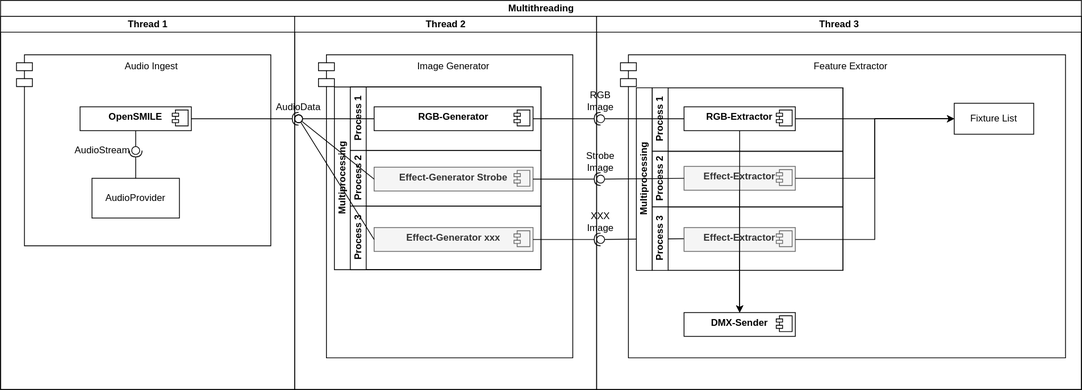
ThiloNordenOfficial/IllumiControl keeps this draw.io diagram as diagramm.svg. Above is the earlier version. Source tidied: cells renumbered, new cells last; positions are measured from the earlier drawing's top-left corner, leaving out a move shared by most shapes.
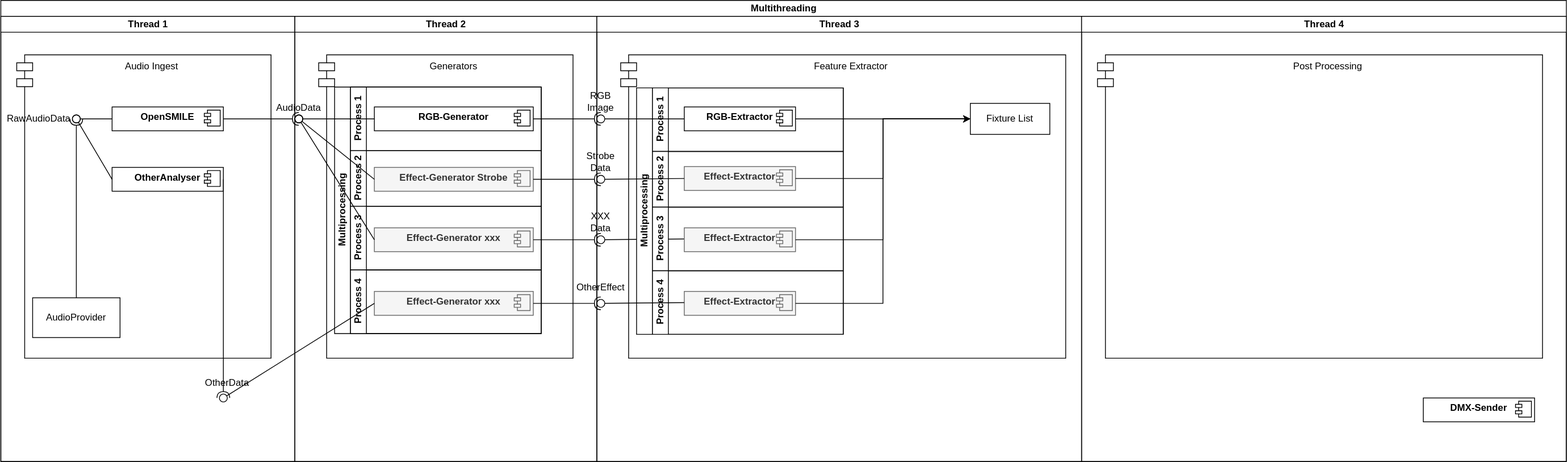
The same file after the commit.

What changed in the source:
```diff
@@ -3,16 +3,16 @@
     <mxCell id="0" />
     <mxCell id="1" parent="0" />
     <mxCell id="2" value="Audio Ingest" style="shape=module;align=left;spacingLeft=20;align=center;verticalAlign=top;whiteSpace=wrap;html=1;" parent="1" vertex="1">
-      <mxGeometry x="20" y="68.5" width="320" height="240.5" as="geometry" />
+      <mxGeometry x="20" y="68.5" width="320" height="381.5" as="geometry" />
     </mxCell>
-    <mxCell id="3" value="Image Generator" style="shape=module;align=left;spacingLeft=20;align=center;verticalAlign=top;whiteSpace=wrap;html=1;" parent="1" vertex="1">
+    <mxCell id="3" value="Generators" style="shape=module;align=left;spacingLeft=20;align=center;verticalAlign=top;whiteSpace=wrap;html=1;" parent="1" vertex="1">
       <mxGeometry x="400" y="68.5" width="320" height="381.5" as="geometry" />
     </mxCell>
     <mxCell id="4" value="Feature Extractor" style="shape=module;align=left;spacingLeft=20;align=center;verticalAlign=top;whiteSpace=wrap;html=1;" parent="1" vertex="1">
       <mxGeometry x="780" y="68.5" width="560" height="381.5" as="geometry" />
     </mxCell>
     <mxCell id="5" value="&lt;p style=&quot;margin:0px;margin-top:6px;text-align:center;&quot;&gt;&lt;b&gt;OpenSMILE&lt;/b&gt;&lt;/p&gt;&lt;p style=&quot;margin:0px;margin-left:8px;&quot;&gt;&lt;br&gt;&lt;/p&gt;" style="align=left;overflow=fill;html=1;whiteSpace=wrap;" parent="1" vertex="1">
-      <mxGeometry x="100" y="134" width="140" height="30" as="geometry" />
+      <mxGeometry x="140" y="134" width="140" height="30" as="geometry" />
     </mxCell>
     <mxCell id="6" style="shape=component;jettyWidth=8;jettyHeight=4;" parent="5" vertex="1">
       <mxGeometry x="1" width="20" height="20" relative="1" as="geometry">
@@ -22,18 +22,9 @@
     <mxCell id="7" style="ellipse;whiteSpace=wrap;html=1;align=center;fillColor=none;strokeColor=none;perimeter=centerPerimeter;" parent="1" vertex="1">
       <mxGeometry x="495" y="409" width="10" height="10" as="geometry" />
     </mxCell>
-    <mxCell id="8" value="AudioProvider" style="html=1;whiteSpace=wrap;" parent="1" vertex="1">
-      <mxGeometry x="115" y="224" width="110" height="50" as="geometry" />
-    </mxCell>
-    <mxCell id="9" style="rounded=0;jettySize=auto;html=1;endArrow=halfCircle;endFill=0;endSize=6;strokeWidth=1;sketch=0;exitX=0.5;exitY=0;exitDx=0;exitDy=0;" parent="1" edge="1" source="8" target="11">
-      <mxGeometry relative="1" as="geometry" />
-    </mxCell>
-    <mxCell id="10" style="rounded=0;jettySize=auto;html=1;endArrow=oval;endFill=0;sketch=0;sourcePerimeterSpacing=0;targetPerimeterSpacing=0;endSize=10;exitX=0.5;exitY=1;exitDx=0;exitDy=0;" parent="1" edge="1" source="5" target="11">
+    <mxCell id="10" style="rounded=0;jettySize=auto;html=1;endArrow=oval;endFill=0;sketch=0;sourcePerimeterSpacing=0;targetPerimeterSpacing=0;endSize=10;exitX=0;exitY=0.5;exitDx=0;exitDy=0;" parent="1" edge="1" source="5" target="11">
       <mxGeometry relative="1" as="geometry" />
     </mxCell>
-    <mxCell id="11" value="AudioStream" style="ellipse;whiteSpace=wrap;html=1;align=right;fillColor=none;strokeColor=none;perimeter=centerPerimeter;points=[];outlineConnect=1;labelPosition=left;verticalLabelPosition=middle;verticalAlign=middle;" parent="1" vertex="1">
-      <mxGeometry x="165" y="184" width="10" height="10" as="geometry" />
-    </mxCell>
     <mxCell id="12" style="rounded=0;jettySize=auto;html=1;endArrow=halfCircle;endFill=0;endSize=6;strokeWidth=1;sketch=0;exitX=1;exitY=0.5;exitDx=0;exitDy=0;" parent="1" edge="1" source="5" target="13">
       <mxGeometry relative="1" as="geometry" />
     </mxCell>
@@ -43,25 +34,29 @@
     <mxCell id="14" style="ellipse;whiteSpace=wrap;html=1;align=center;fillColor=none;strokeColor=none;perimeter=centerPerimeter;points=[];outlineConnect=1;" parent="1" vertex="1">
       <mxGeometry x="370" y="144" width="10" height="10" as="geometry" />
     </mxCell>
-    <mxCell id="15" value="&lt;p style=&quot;margin:0px;margin-top:6px;text-align:center;&quot;&gt;&lt;b&gt;DMX-Sender&lt;/b&gt;&lt;/p&gt;" style="align=left;overflow=fill;html=1;whiteSpace=wrap;" parent="1" vertex="1">
-      <mxGeometry x="860" y="393" width="140" height="30" as="geometry" />
-    </mxCell>
-    <mxCell id="16" style="shape=component;jettyWidth=8;jettyHeight=4;" parent="15" vertex="1">
-      <mxGeometry x="1" width="20" height="20" relative="1" as="geometry">
-        <mxPoint x="-24" y="4" as="offset" />
-      </mxGeometry>
-    </mxCell>
     <mxCell id="17" value="Multithreading" style="swimlane;startSize=20;html=1;" parent="1" vertex="1">
-      <mxGeometry width="1360" height="490" as="geometry" />
+      <mxGeometry width="1970" height="580" as="geometry" />
     </mxCell>
     <mxCell id="18" value="Thread 1" style="swimlane;startSize=20;html=1;" parent="17" vertex="1">
-      <mxGeometry y="20" width="370" height="470" as="geometry" />
+      <mxGeometry y="20" width="370" height="560" as="geometry" />
     </mxCell>
+    <mxCell id="8" value="AudioProvider" style="html=1;whiteSpace=wrap;" parent="18" vertex="1">
+      <mxGeometry x="40" y="354" width="110" height="50" as="geometry" />
+    </mxCell>
+    <mxCell id="11" value="RawAudioData" style="ellipse;whiteSpace=wrap;html=1;align=right;fillColor=none;strokeColor=none;perimeter=centerPerimeter;points=[];outlineConnect=1;labelPosition=left;verticalLabelPosition=middle;verticalAlign=middle;" parent="18" vertex="1">
+      <mxGeometry x="90" y="124" width="10" height="10" as="geometry" />
+    </mxCell>
+    <mxCell id="9" style="rounded=0;jettySize=auto;html=1;endArrow=halfCircle;endFill=0;endSize=6;strokeWidth=1;sketch=0;exitX=0.5;exitY=0;exitDx=0;exitDy=0;" parent="18" edge="1" source="8" target="11">
+      <mxGeometry relative="1" as="geometry" />
+    </mxCell>
+    <mxCell id="61" value="OtherData" style="ellipse;whiteSpace=wrap;html=1;align=center;fillColor=none;strokeColor=none;perimeter=centerPerimeter;labelPosition=center;verticalLabelPosition=top;verticalAlign=bottom;" parent="18" vertex="1">
+      <mxGeometry x="280" y="470" width="10" height="10" as="geometry" />
+    </mxCell>
     <mxCell id="19" value="Thread 2" style="swimlane;startSize=20;html=1;" parent="17" vertex="1">
-      <mxGeometry x="370" y="20" width="380" height="470" as="geometry" />
+      <mxGeometry x="370" y="20" width="380" height="560" as="geometry" />
     </mxCell>
     <mxCell id="20" value="Multiprocessing" style="swimlane;horizontal=0;startSize=20;html=1;" parent="19" vertex="1">
-      <mxGeometry x="50" y="89" width="260" height="230" as="geometry" />
+      <mxGeometry x="50" y="89" width="260" height="310" as="geometry" />
     </mxCell>
     <mxCell id="21" value="Process 1" style="swimlane;startSize=20;horizontal=0;html=1;" parent="20" vertex="1">
       <mxGeometry x="20" width="240" height="80" as="geometry" />
@@ -96,16 +91,27 @@
         <mxPoint x="-24" y="4" as="offset" />
       </mxGeometry>
     </mxCell>
+    <mxCell id="62" value="Process 4" style="swimlane;startSize=20;horizontal=0;html=1;" parent="20" vertex="1">
+      <mxGeometry x="20" y="230" width="240" height="80" as="geometry" />
+    </mxCell>
+    <mxCell id="63" value="&lt;p style=&quot;margin:0px;margin-top:6px;text-align:center;&quot;&gt;&lt;b&gt;Effect-Generator xxx&lt;/b&gt;&lt;/p&gt;&lt;p style=&quot;margin:0px;margin-left:8px;&quot;&gt;&lt;br&gt;&lt;/p&gt;" style="align=left;overflow=fill;html=1;whiteSpace=wrap;fillColor=#f5f5f5;fontColor=#333333;strokeColor=#666666;" parent="62" vertex="1">
+      <mxGeometry x="30" y="27" width="200" height="30" as="geometry" />
+    </mxCell>
+    <mxCell id="64" style="shape=component;jettyWidth=8;jettyHeight=4;fillColor=#f5f5f5;fontColor=#333333;strokeColor=#666666;" parent="63" vertex="1">
+      <mxGeometry x="1" width="20" height="20" relative="1" as="geometry">
+        <mxPoint x="-24" y="4" as="offset" />
+      </mxGeometry>
+    </mxCell>
     <mxCell id="30" style="ellipse;whiteSpace=wrap;html=1;align=center;fillColor=none;strokeColor=none;perimeter=centerPerimeter;" parent="19" vertex="1">
       <mxGeometry x="245" y="399" width="10" height="10" as="geometry" />
     </mxCell>
     <mxCell id="31" value="Thread 3" style="swimlane;startSize=20;html=1;" parent="17" vertex="1">
-      <mxGeometry x="750" y="20" width="610" height="470" as="geometry" />
+      <mxGeometry x="750" y="20" width="610" height="560" as="geometry" />
     </mxCell>
     <mxCell id="32" value="RGB Image" style="ellipse;whiteSpace=wrap;html=1;align=center;fillColor=none;strokeColor=none;perimeter=centerPerimeter;points=[];outlineConnect=1;labelPosition=center;verticalLabelPosition=top;verticalAlign=bottom;" parent="31" vertex="1">
       <mxGeometry y="124" width="10" height="10" as="geometry" />
     </mxCell>
-    <mxCell id="33" value="XXX Image" style="ellipse;whiteSpace=wrap;html=1;align=center;fillColor=none;strokeColor=none;perimeter=centerPerimeter;points=[];outlineConnect=1;labelPosition=center;verticalLabelPosition=top;verticalAlign=bottom;" parent="31" vertex="1">
+    <mxCell id="33" value="XXX Data" style="ellipse;whiteSpace=wrap;html=1;align=center;fillColor=none;strokeColor=none;perimeter=centerPerimeter;points=[];outlineConnect=1;labelPosition=center;verticalLabelPosition=top;verticalAlign=bottom;" parent="31" vertex="1">
       <mxGeometry y="276" width="10" height="10" as="geometry" />
     </mxCell>
     <mxCell id="34" style="rounded=0;jettySize=auto;html=1;endArrow=halfCircle;endFill=0;endSize=6;strokeWidth=1;sketch=0;exitX=1;exitY=0.5;exitDx=0;exitDy=0;" parent="31" edge="1" target="33">
@@ -114,16 +120,33 @@
       </mxGeometry>
     </mxCell>
     <mxCell id="35" value="Fixture List" style="html=1;whiteSpace=wrap;" parent="31" vertex="1">
-      <mxGeometry x="450" y="109.5" width="100" height="39" as="geometry" />
+      <mxGeometry x="470" y="109.5" width="100" height="39" as="geometry" />
     </mxCell>
     <mxCell id="36" style="rounded=0;jettySize=auto;html=1;endArrow=oval;endFill=0;sketch=0;sourcePerimeterSpacing=0;targetPerimeterSpacing=0;endSize=10;exitX=0;exitY=0.5;exitDx=0;exitDy=0;" parent="31" edge="1" target="33">
       <mxGeometry relative="1" as="geometry">
         <mxPoint x="110" y="280" as="sourcePoint" />
       </mxGeometry>
     </mxCell>
+    <mxCell id="65" value="OtherEffect" style="ellipse;whiteSpace=wrap;html=1;align=center;fillColor=none;strokeColor=none;perimeter=centerPerimeter;labelPosition=center;verticalLabelPosition=top;verticalAlign=bottom;" parent="31" vertex="1">
+      <mxGeometry y="350" width="10" height="10" as="geometry" />
+    </mxCell>
     <mxCell id="37" style="rounded=0;jettySize=auto;html=1;endArrow=halfCircle;endFill=0;endSize=6;strokeWidth=1;sketch=0;exitX=1;exitY=0.5;exitDx=0;exitDy=0;" parent="17" edge="1" source="22" target="32">
       <mxGeometry relative="1" as="geometry" />
     </mxCell>
+    <mxCell id="66" value="Thread 4" style="swimlane;startSize=20;html=1;" parent="17" vertex="1">
+      <mxGeometry x="1360" y="20" width="610" height="560" as="geometry" />
+    </mxCell>
+    <mxCell id="67" value="Post Processing" style="shape=module;align=left;spacingLeft=20;align=center;verticalAlign=top;whiteSpace=wrap;html=1;" parent="66" vertex="1">
+      <mxGeometry x="20" y="48.5" width="560" height="381.5" as="geometry" />
+    </mxCell>
+    <mxCell id="15" value="&lt;p style=&quot;margin:0px;margin-top:6px;text-align:center;&quot;&gt;&lt;b&gt;DMX-Sender&lt;/b&gt;&lt;/p&gt;" style="align=left;overflow=fill;html=1;whiteSpace=wrap;" parent="66" vertex="1">
+      <mxGeometry x="430" y="480" width="140" height="30" as="geometry" />
+    </mxCell>
+    <mxCell id="68" style="shape=component;jettyWidth=8;jettyHeight=4;" parent="15" vertex="1">
+      <mxGeometry x="1" width="20" height="20" relative="1" as="geometry">
+        <mxPoint x="-24" y="4" as="offset" />
+      </mxGeometry>
+    </mxCell>
     <mxCell id="38" style="rounded=0;jettySize=auto;html=1;endArrow=oval;endFill=0;sketch=0;sourcePerimeterSpacing=0;targetPerimeterSpacing=0;endSize=10;exitX=0;exitY=0.5;exitDx=0;exitDy=0;" parent="1" edge="1" source="22" target="13">
       <mxGeometry relative="1" as="geometry" />
     </mxCell>
@@ -134,7 +157,7 @@
       <mxGeometry relative="1" as="geometry" />
     </mxCell>
     <mxCell id="41" value="Multiprocessing" style="swimlane;horizontal=0;startSize=20;html=1;" parent="1" vertex="1">
-      <mxGeometry x="800" y="110" width="260" height="230" as="geometry" />
+      <mxGeometry x="800" y="110" width="260" height="310" as="geometry" />
     </mxCell>
     <mxCell id="42" value="Process 1" style="swimlane;startSize=20;horizontal=0;html=1;" parent="41" vertex="1">
       <mxGeometry x="20" width="240" height="80" as="geometry" />
@@ -169,13 +192,24 @@
         <mxPoint x="-24" y="4" as="offset" />
       </mxGeometry>
     </mxCell>
+    <mxCell id="69" value="Process 4" style="swimlane;startSize=20;horizontal=0;html=1;" parent="41" vertex="1">
+      <mxGeometry x="20" y="230" width="240" height="80" as="geometry" />
+    </mxCell>
+    <mxCell id="70" value="&lt;p style=&quot;margin:0px;margin-top:6px;text-align:center;&quot;&gt;&lt;b&gt;Effect-Extractor&lt;/b&gt;&lt;/p&gt;&lt;p style=&quot;margin:0px;margin-left:8px;&quot;&gt;&lt;br&gt;&lt;/p&gt;" style="align=left;overflow=fill;html=1;whiteSpace=wrap;fillColor=#f5f5f5;fontColor=#333333;strokeColor=#666666;" parent="69" vertex="1">
+      <mxGeometry x="40" y="26" width="140" height="30" as="geometry" />
+    </mxCell>
+    <mxCell id="71" style="shape=component;jettyWidth=8;jettyHeight=4;fillColor=#f5f5f5;fontColor=#333333;strokeColor=#666666;" parent="70" vertex="1">
+      <mxGeometry x="1" width="20" height="20" relative="1" as="geometry">
+        <mxPoint x="-24" y="4" as="offset" />
+      </mxGeometry>
+    </mxCell>
     <mxCell id="51" style="rounded=0;jettySize=auto;html=1;endArrow=halfCircle;endFill=0;endSize=6;strokeWidth=1;sketch=0;exitX=1;exitY=0.5;exitDx=0;exitDy=0;" parent="1" edge="1" source="25" target="53">
       <mxGeometry relative="1" as="geometry" />
     </mxCell>
     <mxCell id="52" style="rounded=0;jettySize=auto;html=1;endArrow=oval;endFill=0;sketch=0;sourcePerimeterSpacing=0;targetPerimeterSpacing=0;endSize=10;exitX=0;exitY=0.5;exitDx=0;exitDy=0;" parent="1" edge="1" source="46" target="53">
       <mxGeometry relative="1" as="geometry" />
     </mxCell>
-    <mxCell id="53" value="Strobe Image" style="ellipse;whiteSpace=wrap;html=1;align=center;fillColor=none;strokeColor=none;perimeter=centerPerimeter;points=[];outlineConnect=1;labelPosition=center;verticalLabelPosition=top;verticalAlign=bottom;" parent="1" vertex="1">
+    <mxCell id="53" value="Strobe Data" style="ellipse;whiteSpace=wrap;html=1;align=center;fillColor=none;strokeColor=none;perimeter=centerPerimeter;points=[];outlineConnect=1;labelPosition=center;verticalLabelPosition=top;verticalAlign=bottom;" parent="1" vertex="1">
       <mxGeometry x="750" y="220" width="10" height="10" as="geometry" />
     </mxCell>
     <mxCell id="54" style="rounded=0;jettySize=auto;html=1;endArrow=oval;endFill=0;sketch=0;sourcePerimeterSpacing=0;targetPerimeterSpacing=0;endSize=10;exitX=0;exitY=0.5;exitDx=0;exitDy=0;" parent="1" edge="1" source="43" target="32">
@@ -190,14 +224,44 @@
     <mxCell id="57" style="edgeStyle=orthogonalEdgeStyle;rounded=0;jettySize=auto;html=1;exitX=1;exitY=0.5;exitDx=0;exitDy=0;entryX=0;entryY=0.5;entryDx=0;entryDy=0;" parent="1" edge="1" source="49" target="35">
       <mxGeometry relative="1" as="geometry" />
     </mxCell>
-    <mxCell id="58" style="edgeStyle=orthogonalEdgeStyle;rounded=0;jettySize=auto;html=1;exitX=0.5;exitY=1;exitDx=0;exitDy=0;entryX=0.5;entryY=0;entryDx=0;entryDy=0;" parent="1" edge="1" source="43" target="15">
-      <mxGeometry relative="1" as="geometry" />
-    </mxCell>
-    <mxCell id="59" style="edgeStyle=orthogonalEdgeStyle;rounded=0;jettySize=auto;html=1;exitX=0.5;exitY=1;exitDx=0;exitDy=0;entryX=0.5;entryY=0;entryDx=0;entryDy=0;" parent="1" edge="1" source="46" target="15">
-      <mxGeometry relative="1" as="geometry" />
-    </mxCell>
-    <mxCell id="60" style="edgeStyle=orthogonalEdgeStyle;rounded=0;jettySize=auto;html=1;exitX=0.5;exitY=1;exitDx=0;exitDy=0;entryX=0.5;entryY=0;entryDx=0;entryDy=0;" parent="1" edge="1" source="49" target="15">
-      <mxGeometry relative="1" as="geometry" />
-    </mxCell>
+    <mxCell id="72" value="&lt;p style=&quot;margin:0px;margin-top:6px;text-align:center;&quot;&gt;&lt;b&gt;OtherAnalyser&lt;/b&gt;&lt;/p&gt;" style="align=left;overflow=fill;html=1;whiteSpace=wrap;" parent="1" vertex="1">
+      <mxGeometry x="140" y="210" width="140" height="30" as="geometry" />
+    </mxCell>
+    <mxCell id="73" style="shape=component;jettyWidth=8;jettyHeight=4;" parent="72" vertex="1">
+      <mxGeometry x="1" width="20" height="20" relative="1" as="geometry">
+        <mxPoint x="-24" y="4" as="offset" />
+      </mxGeometry>
+    </mxCell>
+    <mxCell id="74" style="rounded=0;jettySize=auto;html=1;endArrow=halfCircle;endFill=0;endSize=6;strokeWidth=1;sketch=0;exitX=1;exitY=0.5;exitDx=0;exitDy=0;" parent="1" edge="1" source="72">
+      <mxGeometry relative="1" as="geometry">
+        <mxPoint x="280" y="500" as="targetPoint" />
+      </mxGeometry>
+    </mxCell>
+    <mxCell id="75" style="rounded=0;jettySize=auto;html=1;endArrow=oval;endFill=0;sketch=0;sourcePerimeterSpacing=0;targetPerimeterSpacing=0;endSize=10;exitX=0;exitY=0.5;exitDx=0;exitDy=0;" parent="1" edge="1" source="63">
+      <mxGeometry relative="1" as="geometry">
+        <mxPoint x="280" y="500" as="targetPoint" />
+      </mxGeometry>
+    </mxCell>
+    <mxCell id="76" style="ellipse;whiteSpace=wrap;html=1;align=center;fillColor=none;strokeColor=none;perimeter=centerPerimeter;" parent="1" vertex="1">
+      <mxGeometry x="435" y="350" width="10" height="10" as="geometry" />
+    </mxCell>
+    <mxCell id="77" style="rounded=0;jettySize=auto;html=1;endArrow=oval;endFill=0;sketch=0;sourcePerimeterSpacing=0;targetPerimeterSpacing=0;endSize=10;exitX=0;exitY=0.5;exitDx=0;exitDy=0;entryX=0.4;entryY=0.371;entryDx=0;entryDy=0;entryPerimeter=0;" parent="1" edge="1" source="72" target="11">
+      <mxGeometry relative="1" as="geometry" />
+    </mxCell>
+    <mxCell id="78" style="edgeStyle=orthogonalEdgeStyle;rounded=0;jettySize=auto;html=1;exitX=1;exitY=0.5;exitDx=0;exitDy=0;entryX=0;entryY=0.5;entryDx=0;entryDy=0;" parent="1" edge="1" source="70" target="35">
+      <mxGeometry relative="1" as="geometry" />
+    </mxCell>
+    <mxCell id="79" style="rounded=0;orthogonalLoop=1;jettySize=auto;html=1;endArrow=halfCircle;endFill=0;endSize=6;strokeWidth=1;sketch=0;exitX=1;exitY=0.5;exitDx=0;exitDy=0;" parent="1" edge="1">
+      <mxGeometry relative="1" as="geometry">
+        <mxPoint x="670" y="381" as="sourcePoint" />
+        <mxPoint x="755" y="381" as="targetPoint" />
+      </mxGeometry>
+    </mxCell>
+    <mxCell id="80" style="rounded=0;orthogonalLoop=1;jettySize=auto;html=1;endArrow=oval;endFill=0;sketch=0;sourcePerimeterSpacing=0;targetPerimeterSpacing=0;endSize=10;exitX=0;exitY=0.5;exitDx=0;exitDy=0;" parent="1" edge="1">
+      <mxGeometry relative="1" as="geometry">
+        <mxPoint x="860" y="380" as="sourcePoint" />
+        <mxPoint x="755" y="381" as="targetPoint" />
+      </mxGeometry>
+    </mxCell>
   </root>
 </mxGraphModel>
```
